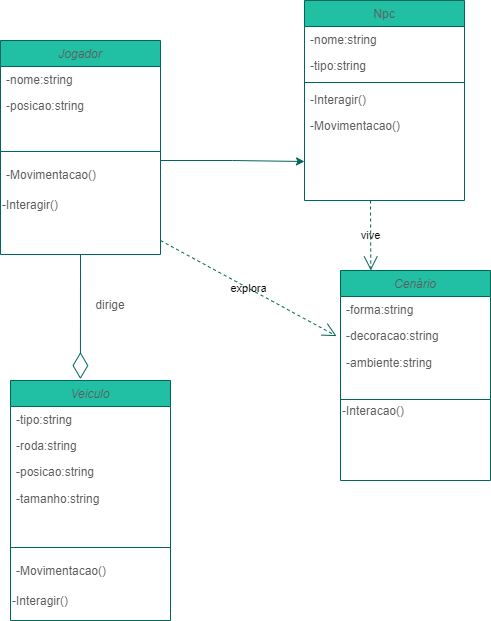
Earlier version of the draw.io export diagrama musical.drawio.png (lucasnoelgb/2jdprojetomusica). Source tidied: cells renumbered, new cells last; positions are measured from the earlier drawing's top-left corner, leaving out a move shared by most shapes.
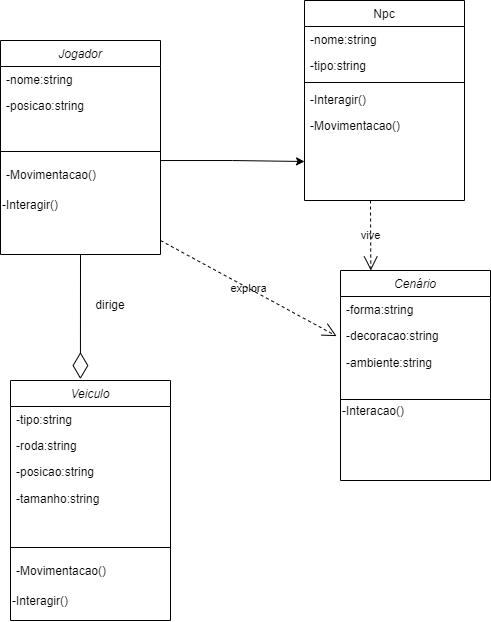
Above is the later version.

The edit, as a diff of the source:
```diff
@@ -2,7 +2,7 @@
   <root>
     <mxCell id="0" />
     <mxCell id="1" parent="0" />
-    <mxCell id="2" style="edgeStyle=orthogonalEdgeStyle;rounded=0;jettySize=auto;html=1;labelBackgroundColor=none;fontColor=default;strokeColor=#006658;" parent="1" edge="1" source="3">
+    <mxCell id="2" style="edgeStyle=orthogonalEdgeStyle;rounded=0;jettySize=auto;html=1;labelBackgroundColor=none;fontColor=default;" parent="1" edge="1" source="3">
       <mxGeometry relative="1" as="geometry">
         <mxPoint x="304" y="160" as="targetPoint" />
         <Array as="points">
@@ -11,101 +11,101 @@
         </Array>
       </mxGeometry>
     </mxCell>
-    <mxCell id="3" value="Jogador" style="swimlane;fontStyle=2;align=center;verticalAlign=top;horizontal=1;startSize=26;rounded=0;shadow=0;strokeWidth=1;labelBackgroundColor=none;fillColor=#21C0A5;strokeColor=#006658;fontColor=#5C5C5C;" parent="1" vertex="1">
+    <mxCell id="3" value="Jogador" style="swimlane;fontStyle=2;align=center;verticalAlign=top;horizontal=1;startSize=26;rounded=0;shadow=0;strokeWidth=1;labelBackgroundColor=none;" parent="1" vertex="1">
       <mxGeometry y="40" width="160" height="214" as="geometry" />
     </mxCell>
-    <mxCell id="4" value="-nome:string&#10;" style="text;align=left;verticalAlign=top;spacingLeft=4;spacingRight=4;overflow=hidden;labelBackgroundColor=none;fontColor=#5C5C5C;" parent="3" vertex="1">
+    <mxCell id="4" value="-nome:string&#10;" style="text;align=left;verticalAlign=top;spacingLeft=4;spacingRight=4;overflow=hidden;labelBackgroundColor=none;" parent="3" vertex="1">
       <mxGeometry y="26" width="160" height="26" as="geometry" />
     </mxCell>
-    <mxCell id="5" value="-posicao:string" style="text;align=left;verticalAlign=top;spacingLeft=4;spacingRight=4;overflow=hidden;rounded=0;shadow=0;html=0;labelBackgroundColor=none;fontColor=#5C5C5C;" parent="3" vertex="1">
+    <mxCell id="5" value="-posicao:string" style="text;align=left;verticalAlign=top;spacingLeft=4;spacingRight=4;overflow=hidden;rounded=0;shadow=0;html=0;labelBackgroundColor=none;" parent="3" vertex="1">
       <mxGeometry y="52" width="160" height="26" as="geometry" />
     </mxCell>
-    <mxCell id="6" style="line;html=1;strokeWidth=1;align=left;verticalAlign=middle;spacingTop=-1;spacingLeft=3;spacingRight=3;labelPosition=right;labelBackgroundColor=none;fillColor=#21C0A5;strokeColor=#006658;fontColor=#5C5C5C;" parent="3" vertex="1">
+    <mxCell id="6" style="line;html=1;strokeWidth=1;align=left;verticalAlign=middle;spacingTop=-1;spacingLeft=3;spacingRight=3;labelPosition=right;labelBackgroundColor=none;" parent="3" vertex="1">
       <mxGeometry y="78" width="160" height="66" as="geometry" />
     </mxCell>
-    <mxCell id="7" value="-Movimentacao()" style="text;align=left;verticalAlign=bottom;spacingLeft=4;spacingRight=4;overflow=hidden;labelPosition=center;verticalLabelPosition=top;labelBackgroundColor=none;fontColor=#5C5C5C;" parent="3" vertex="1">
+    <mxCell id="7" value="-Movimentacao()" style="text;align=left;verticalAlign=bottom;spacingLeft=4;spacingRight=4;overflow=hidden;labelPosition=center;verticalLabelPosition=top;labelBackgroundColor=none;" parent="3" vertex="1">
       <mxGeometry y="144" width="160" height="30" as="geometry" />
     </mxCell>
-    <mxCell id="8" value="-Interagir()" style="text;html=1;strokeColor=none;fillColor=none;align=left;verticalAlign=bottom;whiteSpace=wrap;rounded=0;labelPosition=center;verticalLabelPosition=top;labelBackgroundColor=none;fontColor=#5C5C5C;" parent="3" vertex="1">
+    <mxCell id="8" value="-Interagir()" style="text;html=1;strokeColor=none;fillColor=none;align=left;verticalAlign=bottom;whiteSpace=wrap;rounded=0;labelPosition=center;verticalLabelPosition=top;labelBackgroundColor=none;" parent="3" vertex="1">
       <mxGeometry y="174" width="160" height="30" as="geometry" />
     </mxCell>
-    <mxCell id="9" value="Npc" style="swimlane;fontStyle=0;align=center;verticalAlign=top;horizontal=1;startSize=26;rounded=0;shadow=0;strokeWidth=1;labelBackgroundColor=none;fillColor=#21C0A5;strokeColor=#006658;fontColor=#5C5C5C;" parent="1" vertex="1">
+    <mxCell id="9" value="Npc" style="swimlane;fontStyle=0;align=center;verticalAlign=top;horizontal=1;startSize=26;rounded=0;shadow=0;strokeWidth=1;labelBackgroundColor=none;" parent="1" vertex="1">
       <mxGeometry x="304" width="160" height="200" as="geometry" />
     </mxCell>
-    <mxCell id="10" value="-nome:string&#10;" style="text;align=left;verticalAlign=top;spacingLeft=4;spacingRight=4;overflow=hidden;labelBackgroundColor=none;fontColor=#5C5C5C;" parent="9" vertex="1">
+    <mxCell id="10" value="-nome:string&#10;" style="text;align=left;verticalAlign=top;spacingLeft=4;spacingRight=4;overflow=hidden;labelBackgroundColor=none;" parent="9" vertex="1">
       <mxGeometry y="26" width="160" height="26" as="geometry" />
     </mxCell>
-    <mxCell id="11" value="-tipo:string" style="text;align=left;verticalAlign=top;spacingLeft=4;spacingRight=4;overflow=hidden;rounded=0;shadow=0;html=0;labelBackgroundColor=none;fontColor=#5C5C5C;" parent="9" vertex="1">
+    <mxCell id="11" value="-tipo:string" style="text;align=left;verticalAlign=top;spacingLeft=4;spacingRight=4;overflow=hidden;rounded=0;shadow=0;html=0;labelBackgroundColor=none;" parent="9" vertex="1">
       <mxGeometry y="52" width="160" height="26" as="geometry" />
     </mxCell>
-    <mxCell id="12" style="line;html=1;strokeWidth=1;align=left;verticalAlign=middle;spacingTop=-1;spacingLeft=3;spacingRight=3;labelPosition=right;labelBackgroundColor=none;fillColor=#21C0A5;strokeColor=#006658;fontColor=#5C5C5C;" parent="9" vertex="1">
+    <mxCell id="12" style="line;html=1;strokeWidth=1;align=left;verticalAlign=middle;spacingTop=-1;spacingLeft=3;spacingRight=3;labelPosition=right;labelBackgroundColor=none;" parent="9" vertex="1">
       <mxGeometry y="78" width="160" height="8" as="geometry" />
     </mxCell>
-    <mxCell id="13" value="-Interagir()" style="text;align=left;verticalAlign=top;spacingLeft=4;spacingRight=4;overflow=hidden;labelBackgroundColor=none;fontColor=#5C5C5C;" parent="9" vertex="1">
+    <mxCell id="13" value="-Interagir()" style="text;align=left;verticalAlign=top;spacingLeft=4;spacingRight=4;overflow=hidden;labelBackgroundColor=none;" parent="9" vertex="1">
       <mxGeometry y="86" width="160" height="26" as="geometry" />
     </mxCell>
-    <mxCell id="14" value="-Movimentacao()" style="text;align=left;verticalAlign=top;spacingLeft=4;spacingRight=4;overflow=hidden;labelBackgroundColor=none;fontColor=#5C5C5C;" parent="9" vertex="1">
+    <mxCell id="14" value="-Movimentacao()" style="text;align=left;verticalAlign=top;spacingLeft=4;spacingRight=4;overflow=hidden;labelBackgroundColor=none;" parent="9" vertex="1">
       <mxGeometry y="112" width="160" height="26" as="geometry" />
     </mxCell>
-    <mxCell id="15" value="Cenário" style="swimlane;fontStyle=2;align=center;verticalAlign=top;horizontal=1;startSize=26;rounded=0;shadow=0;strokeWidth=1;labelBackgroundColor=none;fillColor=#21C0A5;strokeColor=#006658;fontColor=#5C5C5C;" parent="1" vertex="1">
+    <mxCell id="15" value="Cenário" style="swimlane;fontStyle=2;align=center;verticalAlign=top;horizontal=1;startSize=26;rounded=0;shadow=0;strokeWidth=1;labelBackgroundColor=none;" parent="1" vertex="1">
       <mxGeometry x="340" y="270" width="150" height="210" as="geometry" />
     </mxCell>
-    <mxCell id="16" value="-forma:string" style="text;align=left;verticalAlign=top;spacingLeft=4;spacingRight=4;overflow=hidden;labelBackgroundColor=none;fontColor=#5C5C5C;" parent="15" vertex="1">
+    <mxCell id="16" value="-forma:string" style="text;align=left;verticalAlign=top;spacingLeft=4;spacingRight=4;overflow=hidden;labelBackgroundColor=none;" parent="15" vertex="1">
       <mxGeometry y="26" width="150" height="26" as="geometry" />
     </mxCell>
-    <mxCell id="17" value="-decoracao:string " style="text;align=left;verticalAlign=top;spacingLeft=4;spacingRight=4;overflow=hidden;points=[[0,0.5],[1,0.5]];portConstraint=eastwest;rounded=0;shadow=0;html=0;labelBackgroundColor=none;fontColor=#5C5C5C;" parent="15" vertex="1">
+    <mxCell id="17" value="-decoracao:string " style="text;align=left;verticalAlign=top;spacingLeft=4;spacingRight=4;overflow=hidden;points=[[0,0.5],[1,0.5]];portConstraint=eastwest;rounded=0;shadow=0;html=0;labelBackgroundColor=none;" parent="15" vertex="1">
       <mxGeometry y="52" width="150" height="26" as="geometry" />
     </mxCell>
-    <mxCell id="18" value="-ambiente:string" style="text;html=1;align=left;verticalAlign=middle;strokeColor=none;fillColor=none;spacingLeft=4;labelBackgroundColor=none;fontColor=#5C5C5C;" parent="15" vertex="1">
+    <mxCell id="18" value="-ambiente:string" style="text;html=1;align=left;verticalAlign=middle;strokeColor=none;fillColor=none;spacingLeft=4;labelBackgroundColor=none;" parent="15" vertex="1">
       <mxGeometry y="78" width="150" height="30" as="geometry" />
     </mxCell>
-    <mxCell id="19" style="edgeStyle=orthogonalEdgeStyle;rounded=0;orthogonalLoop=1;jettySize=auto;html=1;exitX=0.5;exitY=1;exitDx=0;exitDy=0;labelBackgroundColor=none;fontColor=default;strokeColor=#006658;" parent="15" edge="1" source="21" target="21">
+    <mxCell id="19" style="edgeStyle=orthogonalEdgeStyle;rounded=0;orthogonalLoop=1;jettySize=auto;html=1;exitX=0.5;exitY=1;exitDx=0;exitDy=0;labelBackgroundColor=none;fontColor=default;" parent="15" edge="1" source="21" target="21">
       <mxGeometry relative="1" as="geometry" />
     </mxCell>
-    <mxCell id="20" style="line;html=1;strokeWidth=1;align=left;verticalAlign=middle;spacingTop=-1;spacingLeft=3;spacingRight=3;labelPosition=right;labelBackgroundColor=none;fillColor=#21C0A5;strokeColor=#006658;fontColor=#5C5C5C;" parent="15" vertex="1">
+    <mxCell id="20" style="line;html=1;strokeWidth=1;align=left;verticalAlign=middle;spacingTop=-1;spacingLeft=3;spacingRight=3;labelPosition=right;labelBackgroundColor=none;" parent="15" vertex="1">
       <mxGeometry y="108" width="150" height="42" as="geometry" />
     </mxCell>
-    <mxCell id="21" value="-Interacao()" style="text;html=1;strokeColor=none;fillColor=none;align=left;verticalAlign=bottom;whiteSpace=wrap;rounded=0;horizontal=1;labelPosition=center;verticalLabelPosition=top;labelBackgroundColor=none;fontColor=#5C5C5C;" parent="15" vertex="1">
+    <mxCell id="21" value="-Interacao()" style="text;html=1;strokeColor=none;fillColor=none;align=left;verticalAlign=bottom;whiteSpace=wrap;rounded=0;horizontal=1;labelPosition=center;verticalLabelPosition=top;labelBackgroundColor=none;" parent="15" vertex="1">
       <mxGeometry y="150" width="150" height="30" as="geometry" />
     </mxCell>
-    <mxCell id="22" value="Veiculo" style="swimlane;fontStyle=2;align=center;verticalAlign=top;horizontal=1;startSize=26;rounded=0;shadow=0;strokeWidth=1;labelBackgroundColor=none;fillColor=#21C0A5;strokeColor=#006658;fontColor=#5C5C5C;" parent="1" vertex="1">
+    <mxCell id="22" value="Veiculo" style="swimlane;fontStyle=2;align=center;verticalAlign=top;horizontal=1;startSize=26;rounded=0;shadow=0;strokeWidth=1;labelBackgroundColor=none;" parent="1" vertex="1">
       <mxGeometry x="10" y="380" width="160" height="240" as="geometry" />
     </mxCell>
-    <mxCell id="23" value="-tipo:string" style="text;align=left;verticalAlign=top;spacingLeft=4;spacingRight=4;overflow=hidden;labelBackgroundColor=none;fontColor=#5C5C5C;" parent="22" vertex="1">
+    <mxCell id="23" value="-tipo:string" style="text;align=left;verticalAlign=top;spacingLeft=4;spacingRight=4;overflow=hidden;labelBackgroundColor=none;" parent="22" vertex="1">
       <mxGeometry y="26" width="160" height="26" as="geometry" />
     </mxCell>
-    <mxCell id="24" value="-roda:string" style="text;align=left;verticalAlign=top;spacingLeft=4;spacingRight=4;overflow=hidden;rounded=0;shadow=0;html=0;labelBackgroundColor=none;fontColor=#5C5C5C;" parent="22" vertex="1">
+    <mxCell id="24" value="-roda:string" style="text;align=left;verticalAlign=top;spacingLeft=4;spacingRight=4;overflow=hidden;rounded=0;shadow=0;html=0;labelBackgroundColor=none;" parent="22" vertex="1">
       <mxGeometry y="52" width="160" height="26" as="geometry" />
     </mxCell>
-    <mxCell id="25" value="-posicao:string" style="text;align=left;verticalAlign=top;spacingLeft=4;spacingRight=4;overflow=hidden;rounded=0;shadow=0;html=0;labelBackgroundColor=none;fontColor=#5C5C5C;" parent="22" vertex="1">
+    <mxCell id="25" value="-posicao:string" style="text;align=left;verticalAlign=top;spacingLeft=4;spacingRight=4;overflow=hidden;rounded=0;shadow=0;html=0;labelBackgroundColor=none;" parent="22" vertex="1">
       <mxGeometry y="78" width="160" height="26" as="geometry" />
     </mxCell>
-    <mxCell id="26" value="-tamanho:string" style="text;html=1;align=left;verticalAlign=middle;strokeColor=none;fillColor=none;spacingLeft=4;labelBackgroundColor=none;fontColor=#5C5C5C;" parent="22" vertex="1">
+    <mxCell id="26" value="-tamanho:string" style="text;html=1;align=left;verticalAlign=middle;strokeColor=none;fillColor=none;spacingLeft=4;labelBackgroundColor=none;" parent="22" vertex="1">
       <mxGeometry y="104" width="160" height="30" as="geometry" />
     </mxCell>
-    <mxCell id="27" style="line;html=1;strokeWidth=1;align=left;verticalAlign=middle;spacingTop=-1;spacingLeft=3;spacingRight=3;labelPosition=right;labelBackgroundColor=none;fillColor=#21C0A5;strokeColor=#006658;fontColor=#5C5C5C;" parent="22" vertex="1">
+    <mxCell id="27" style="line;html=1;strokeWidth=1;align=left;verticalAlign=middle;spacingTop=-1;spacingLeft=3;spacingRight=3;labelPosition=right;labelBackgroundColor=none;" parent="22" vertex="1">
       <mxGeometry y="134" width="160" height="66" as="geometry" />
     </mxCell>
-    <mxCell id="28" value="-Movimentacao()" style="text;align=left;verticalAlign=bottom;spacingLeft=4;spacingRight=4;overflow=hidden;labelPosition=center;verticalLabelPosition=top;labelBackgroundColor=none;fontColor=#5C5C5C;" parent="22" vertex="1">
+    <mxCell id="28" value="-Movimentacao()" style="text;align=left;verticalAlign=bottom;spacingLeft=4;spacingRight=4;overflow=hidden;labelPosition=center;verticalLabelPosition=top;labelBackgroundColor=none;" parent="22" vertex="1">
       <mxGeometry y="200" width="160" height="30" as="geometry" />
     </mxCell>
-    <mxCell id="29" value="-Interagir()" style="text;html=1;strokeColor=none;fillColor=none;align=left;verticalAlign=bottom;whiteSpace=wrap;rounded=0;labelPosition=center;verticalLabelPosition=top;labelBackgroundColor=none;fontColor=#5C5C5C;" parent="22" vertex="1">
+    <mxCell id="29" value="-Interagir()" style="text;html=1;strokeColor=none;fillColor=none;align=left;verticalAlign=bottom;whiteSpace=wrap;rounded=0;labelPosition=center;verticalLabelPosition=top;labelBackgroundColor=none;" parent="22" vertex="1">
       <mxGeometry y="230" width="160" height="10" as="geometry" />
     </mxCell>
-    <mxCell id="30" value="dirige" style="text;html=1;strokeColor=none;fillColor=none;align=center;verticalAlign=middle;whiteSpace=wrap;rounded=0;labelBackgroundColor=none;fontColor=#5C5C5C;" parent="1" vertex="1">
+    <mxCell id="30" value="dirige" style="text;html=1;strokeColor=none;fillColor=none;align=center;verticalAlign=middle;whiteSpace=wrap;rounded=0;labelBackgroundColor=none;" parent="1" vertex="1">
       <mxGeometry x="80" y="290" width="60" height="30" as="geometry" />
     </mxCell>
-    <mxCell id="31" value="explora" style="endArrow=open;endSize=12;dashed=1;html=1;rounded=0;entryX=-0.026;entryY=0.524;entryDx=0;entryDy=0;entryPerimeter=0;labelBackgroundColor=none;fontColor=default;strokeColor=#006658;" parent="1" edge="1" target="17">
+    <mxCell id="31" value="explora" style="endArrow=open;endSize=12;dashed=1;html=1;rounded=0;entryX=-0.026;entryY=0.524;entryDx=0;entryDy=0;entryPerimeter=0;labelBackgroundColor=none;fontColor=default;" parent="1" edge="1" target="17">
       <mxGeometry relative="1" as="geometry">
         <mxPoint x="160" y="240" as="sourcePoint" />
       </mxGeometry>
     </mxCell>
-    <mxCell id="32" value="vive" style="endArrow=open;endSize=12;dashed=1;html=1;rounded=0;entryX=0.202;entryY=0;entryDx=0;entryDy=0;entryPerimeter=0;labelBackgroundColor=none;fontColor=default;strokeColor=#006658;" parent="1" edge="1" target="15">
+    <mxCell id="32" value="vive" style="endArrow=open;endSize=12;dashed=1;html=1;rounded=0;entryX=0.202;entryY=0;entryDx=0;entryDy=0;entryPerimeter=0;labelBackgroundColor=none;fontColor=default;" parent="1" edge="1" target="15">
       <mxGeometry x="0.01" relative="1" as="geometry">
         <mxPoint x="370" y="200" as="sourcePoint" />
       </mxGeometry>
     </mxCell>
-    <mxCell id="33" style="endArrow=diamondThin;endFill=0;endSize=24;html=1;rounded=0;entryX=0.437;entryY=-0.006;entryDx=0;entryDy=0;entryPerimeter=0;exitX=0.5;exitY=1;exitDx=0;exitDy=0;labelBackgroundColor=none;fontColor=default;strokeColor=#006658;" parent="1" edge="1" source="3" target="22">
+    <mxCell id="33" style="endArrow=diamondThin;endFill=0;endSize=24;html=1;rounded=0;entryX=0.437;entryY=-0.006;entryDx=0;entryDy=0;entryPerimeter=0;exitX=0.5;exitY=1;exitDx=0;exitDy=0;labelBackgroundColor=none;fontColor=default;" parent="1" edge="1" source="3" target="22">
       <mxGeometry relative="1" as="geometry" />
     </mxCell>
   </root>
```
